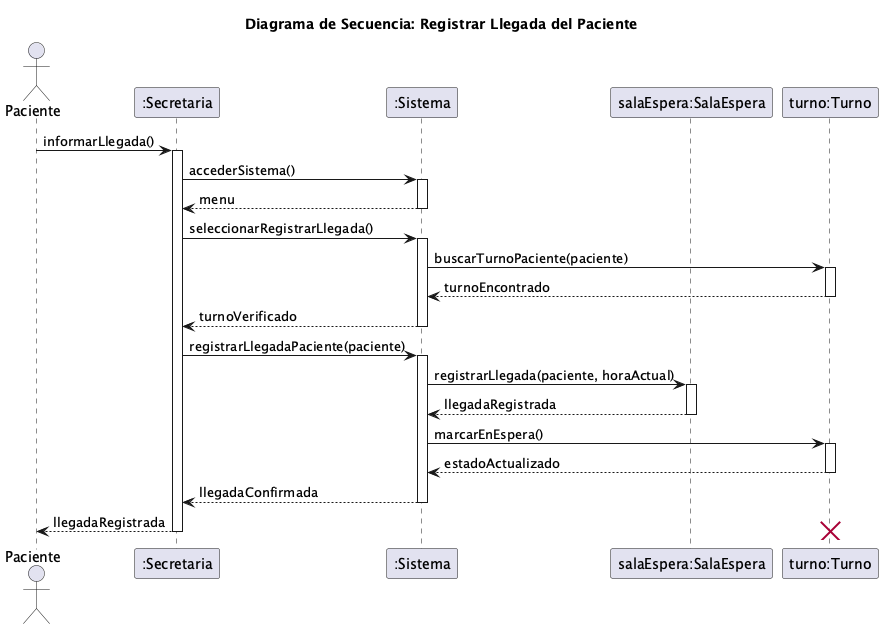
This is diagramas/05-diagramas-secuencia/05-secuencia-registrar-llegada-registrar-llegada-del-paciente-03.png from FacundoGuiraldes/SistemaTurnosMedicos, a PlantUML export, as it was before one commit.
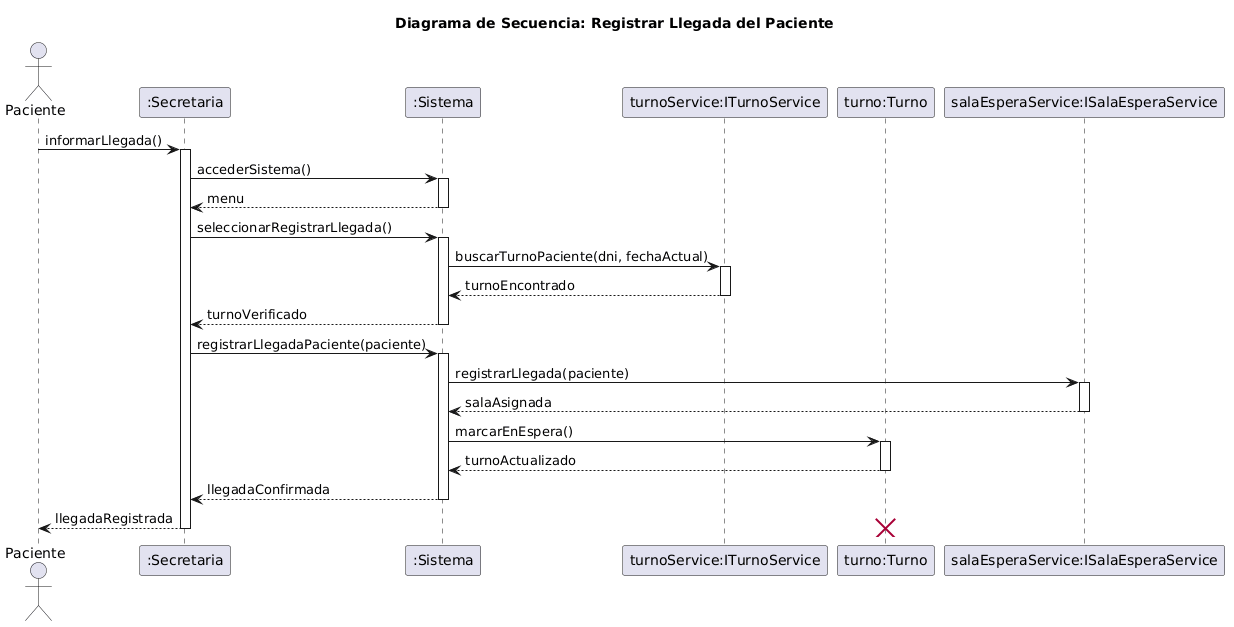
After the commit.

Commit message:
fix: actualizar diagramas de secuencia .puml y .png según el feedback de arquitectura

Diff of the diagram source:
```diff
@@ -4,8 +4,9 @@
 actor Paciente
 participant ":Secretaria" as secretaria
 participant ":Sistema" as sistema
-participant "salaEspera:SalaEspera" as salaEspera
+participant "turnoService:ITurnoService" as turnoService
 participant "turno:Turno" as turno
+participant "salaEsperaService:ISalaEsperaService" as salaEsperaService
 
 Paciente -> secretaria: informarLlegada()
 activate secretaria
@@ -15,21 +16,21 @@
 deactivate sistema
 secretaria -> sistema: seleccionarRegistrarLlegada()
 activate sistema
-sistema -> turno: buscarTurnoPaciente(paciente)
-activate turno
-turno --> sistema: turnoEncontrado
-deactivate turno
+sistema -> turnoService: buscarTurnoPaciente(dni, fechaActual)
+activate turnoService
+turnoService --> sistema: turnoEncontrado
+deactivate turnoService
 sistema --> secretaria: turnoVerificado
 deactivate sistema
 secretaria -> sistema: registrarLlegadaPaciente(paciente)
 activate sistema
-sistema -> salaEspera: registrarLlegada(paciente, horaActual)
-activate salaEspera
-salaEspera --> sistema: llegadaRegistrada
-deactivate salaEspera
+sistema -> salaEsperaService: registrarLlegada(paciente)
+activate salaEsperaService
+salaEsperaService --> sistema: salaAsignada
+deactivate salaEsperaService
 sistema -> turno: marcarEnEspera()
 activate turno
-turno --> sistema: estadoActualizado
+turno --> sistema: turnoActualizado
 deactivate turno
 sistema --> secretaria: llegadaConfirmada
 deactivate sistema
```
